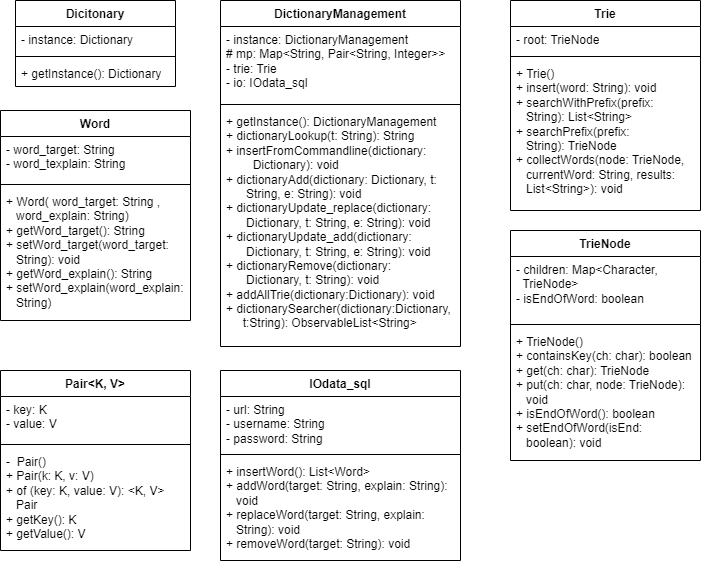
Before: Dictionary_Project/DictionaryUML.drawio.png, a diagram exported from draw.io (changchan255/OOP_Dictionary). Source tidied: cells renumbered, new cells last; positions are measured from the earlier drawing's top-left corner, leaving out a move shared by most shapes.
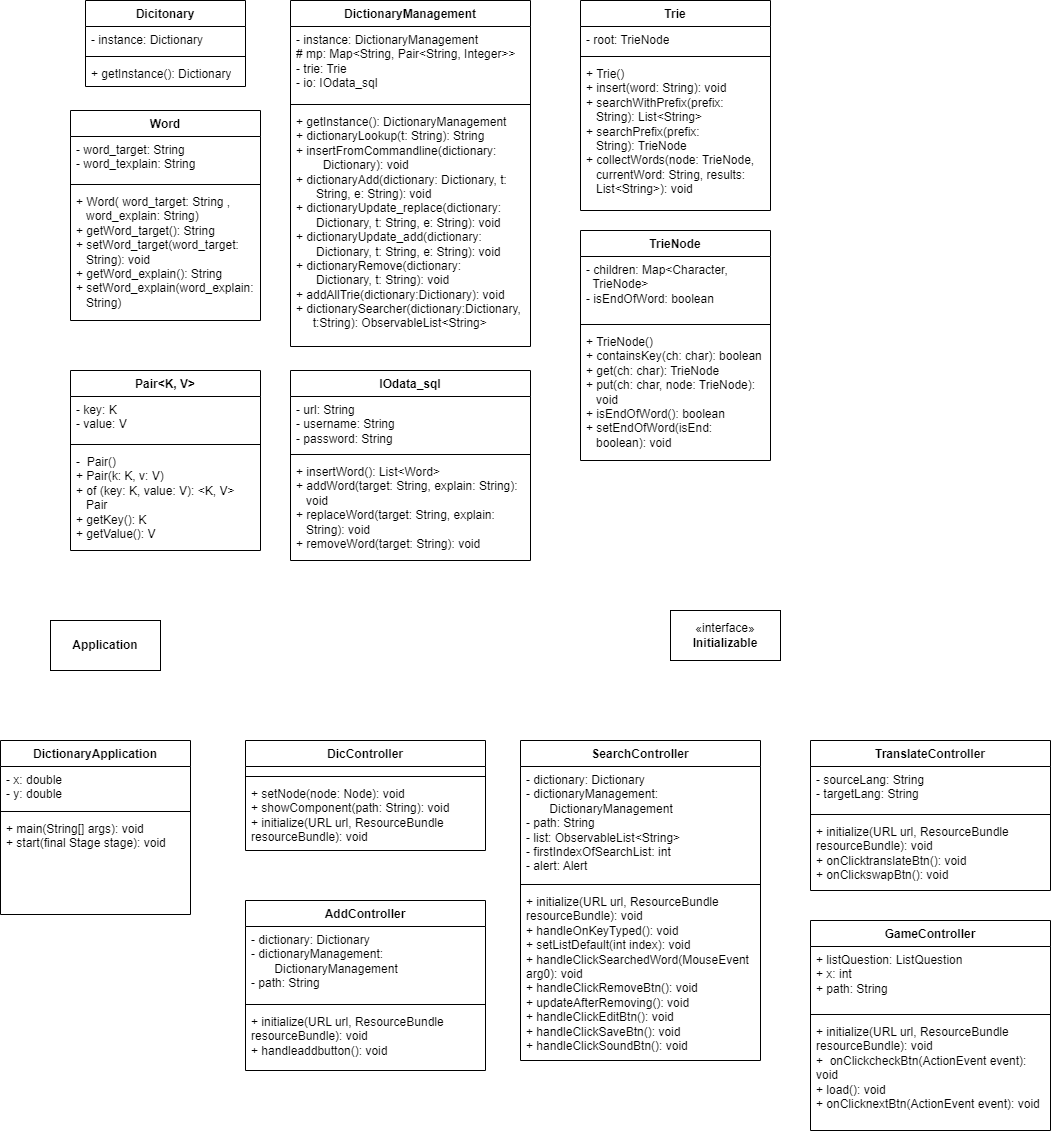
Later version of the same file.

Commit message:
Cập nhật DictionaryUML.drawio.png

Diff of the diagram source:
```diff
@@ -86,5 +86,83 @@
     <mxCell id="29" value="+&amp;nbsp;insertWord():&amp;nbsp;List&amp;lt;Word&amp;gt;&lt;br&gt;+&amp;nbsp;addWord(target: String, explain: String):&amp;nbsp; &amp;nbsp; &amp;nbsp;void&lt;br&gt;+&amp;nbsp;replaceWord(target: String, explain:&amp;nbsp; &amp;nbsp; &amp;nbsp; &amp;nbsp; &amp;nbsp; &amp;nbsp; &amp;nbsp;String): void&lt;br&gt;+&amp;nbsp;removeWord(target: String): void" style="text;strokeColor=none;fillColor=none;align=left;verticalAlign=top;spacingLeft=4;spacingRight=4;overflow=hidden;whiteSpace=wrap;html=1;" parent="26" vertex="1">
       <mxGeometry y="88" width="240" height="102" as="geometry" />
     </mxCell>
+    <mxCell id="30" value="DictionaryApplication" style="swimlane;fontStyle=1;align=center;verticalAlign=top;horizontal=1;startSize=26;whiteSpace=wrap;html=1;" parent="1" vertex="1">
+      <mxGeometry x="-70" y="740" width="190" height="174" as="geometry" />
+    </mxCell>
+    <mxCell id="31" value="- x: double&lt;br&gt;- y: double" style="text;strokeColor=none;fillColor=none;align=left;verticalAlign=top;spacingLeft=4;spacingRight=4;overflow=hidden;whiteSpace=wrap;html=1;" parent="30" vertex="1">
+      <mxGeometry y="26" width="190" height="41" as="geometry" />
+    </mxCell>
+    <mxCell id="32" style="line;strokeWidth=1;fillColor=none;align=left;verticalAlign=middle;spacingTop=-1;spacingLeft=3;spacingRight=3;labelPosition=right;strokeColor=inherit;" parent="30" vertex="1">
+      <mxGeometry y="67" width="190" height="8" as="geometry" />
+    </mxCell>
+    <mxCell id="33" value="+&amp;nbsp;main(String[] args): void&lt;br&gt;+&amp;nbsp;start(final Stage stage): void" style="text;strokeColor=none;fillColor=none;align=left;verticalAlign=top;spacingLeft=4;spacingRight=4;overflow=hidden;whiteSpace=wrap;html=1;" parent="30" vertex="1">
+      <mxGeometry y="75" width="190" height="99" as="geometry" />
+    </mxCell>
+    <mxCell id="34" value="DicController" style="swimlane;fontStyle=1;align=center;verticalAlign=top;horizontal=1;startSize=26;whiteSpace=wrap;html=1;" parent="1" vertex="1">
+      <mxGeometry x="175" y="740" width="240" height="110" as="geometry" />
+    </mxCell>
+    <mxCell id="35" value="+ field: type" style="text;strokeColor=none;fillColor=none;align=left;verticalAlign=top;spacingLeft=4;spacingRight=4;overflow=hidden;whiteSpace=wrap;html=1;" parent="34" vertex="1">
+      <mxGeometry y="26" width="240" height="6" as="geometry" />
+    </mxCell>
+    <mxCell id="36" style="line;strokeWidth=1;fillColor=none;align=left;verticalAlign=middle;spacingTop=-1;spacingLeft=3;spacingRight=3;labelPosition=right;strokeColor=inherit;" parent="34" vertex="1">
+      <mxGeometry y="32" width="240" height="8" as="geometry" />
+    </mxCell>
+    <mxCell id="37" value="+ setNode(node: Node): void&lt;br&gt;+&amp;nbsp;showComponent(path: String): void&lt;br&gt;+&amp;nbsp;initialize(URL url, ResourceBundle resourceBundle): void&amp;nbsp;" style="text;strokeColor=none;fillColor=none;align=left;verticalAlign=top;spacingLeft=4;spacingRight=4;overflow=hidden;whiteSpace=wrap;html=1;" parent="34" vertex="1">
+      <mxGeometry y="40" width="240" height="70" as="geometry" />
+    </mxCell>
+    <mxCell id="38" value="«interface»&lt;br&gt;&lt;b&gt;Initializable&lt;/b&gt;" style="html=1;whiteSpace=wrap;" parent="1" vertex="1">
+      <mxGeometry x="600" y="610" width="110" height="50" as="geometry" />
+    </mxCell>
+    <mxCell id="39" value="&lt;b&gt;Application&lt;/b&gt;" style="html=1;whiteSpace=wrap;" parent="1" vertex="1">
+      <mxGeometry x="-20" y="620" width="110" height="50" as="geometry" />
+    </mxCell>
+    <mxCell id="40" value="AddController" style="swimlane;fontStyle=1;align=center;verticalAlign=top;horizontal=1;startSize=26;whiteSpace=wrap;html=1;" parent="1" vertex="1">
+      <mxGeometry x="175" y="900" width="240" height="170" as="geometry" />
+    </mxCell>
+    <mxCell id="41" value="-&amp;nbsp;dictionary: Dictionary&lt;br&gt;-&amp;nbsp;dictionaryManagement:&amp;nbsp; &amp;nbsp; &amp;nbsp; &amp;nbsp; &amp;nbsp; &amp;nbsp; &amp;nbsp; &amp;nbsp; &amp;nbsp; &amp;nbsp; &amp;nbsp; &amp;nbsp; &amp;nbsp; &amp;nbsp; &amp;nbsp; &amp;nbsp; &amp;nbsp; &amp;nbsp; &amp;nbsp;DictionaryManagement&lt;br&gt;- path: String" style="text;strokeColor=none;fillColor=none;align=left;verticalAlign=top;spacingLeft=4;spacingRight=4;overflow=hidden;whiteSpace=wrap;html=1;" parent="40" vertex="1">
+      <mxGeometry y="26" width="240" height="74" as="geometry" />
+    </mxCell>
+    <mxCell id="42" style="line;strokeWidth=1;fillColor=none;align=left;verticalAlign=middle;spacingTop=-1;spacingLeft=3;spacingRight=3;labelPosition=right;strokeColor=inherit;" parent="40" vertex="1">
+      <mxGeometry y="100" width="240" height="8" as="geometry" />
+    </mxCell>
+    <mxCell id="43" value="+&amp;nbsp;initialize(URL url, ResourceBundle resourceBundle): void&lt;br&gt;+&amp;nbsp;handleaddbutton(): void" style="text;strokeColor=none;fillColor=none;align=left;verticalAlign=top;spacingLeft=4;spacingRight=4;overflow=hidden;whiteSpace=wrap;html=1;" parent="40" vertex="1">
+      <mxGeometry y="108" width="240" height="62" as="geometry" />
+    </mxCell>
+    <mxCell id="44" value="SearchController" style="swimlane;fontStyle=1;align=center;verticalAlign=top;horizontal=1;startSize=26;whiteSpace=wrap;html=1;" parent="1" vertex="1">
+      <mxGeometry x="450" y="740" width="240" height="320" as="geometry" />
+    </mxCell>
+    <mxCell id="45" value="-&amp;nbsp;dictionary: Dictionary&lt;br style=&quot;border-color: var(--border-color);&quot;&gt;-&amp;nbsp;dictionaryManagement:&amp;nbsp; &amp;nbsp; &amp;nbsp; &amp;nbsp; &amp;nbsp; &amp;nbsp; &amp;nbsp; &amp;nbsp; &amp;nbsp; &amp;nbsp; &amp;nbsp; &amp;nbsp; &amp;nbsp; &amp;nbsp; &amp;nbsp; &amp;nbsp; &amp;nbsp; &amp;nbsp; &amp;nbsp;DictionaryManagement&lt;br style=&quot;border-color: var(--border-color);&quot;&gt;- path: String&lt;br&gt;- list:&amp;nbsp;ObservableList&amp;lt;String&amp;gt;&lt;br&gt;-&amp;nbsp;firstIndexOfSearchList: int&lt;br&gt;- alert: Alert" style="text;strokeColor=none;fillColor=none;align=left;verticalAlign=top;spacingLeft=4;spacingRight=4;overflow=hidden;whiteSpace=wrap;html=1;" parent="44" vertex="1">
+      <mxGeometry y="26" width="240" height="114" as="geometry" />
+    </mxCell>
+    <mxCell id="46" style="line;strokeWidth=1;fillColor=none;align=left;verticalAlign=middle;spacingTop=-1;spacingLeft=3;spacingRight=3;labelPosition=right;strokeColor=inherit;" parent="44" vertex="1">
+      <mxGeometry y="140" width="240" height="8" as="geometry" />
+    </mxCell>
+    <mxCell id="47" value="+ initialize(URL url, ResourceBundle resourceBundle): void&lt;br&gt;+&amp;nbsp;handleOnKeyTyped(): void&lt;br&gt;+&amp;nbsp;setListDefault(int index): void&lt;br&gt;+&amp;nbsp;handleClickSearchedWord(MouseEvent arg0): void&lt;br&gt;+&amp;nbsp;handleClickRemoveBtn(): void&lt;br&gt;+&amp;nbsp;updateAfterRemoving(): void&lt;br&gt;+&amp;nbsp;handleClickEditBtn(): void&lt;br&gt;+&amp;nbsp;handleClickSaveBtn(): void&lt;br&gt;+&amp;nbsp;handleClickSoundBtn(): void" style="text;strokeColor=none;fillColor=none;align=left;verticalAlign=top;spacingLeft=4;spacingRight=4;overflow=hidden;whiteSpace=wrap;html=1;" parent="44" vertex="1">
+      <mxGeometry y="148" width="240" height="172" as="geometry" />
+    </mxCell>
+    <mxCell id="48" value="TranslateController" style="swimlane;fontStyle=1;align=center;verticalAlign=top;horizontal=1;startSize=26;whiteSpace=wrap;html=1;" parent="1" vertex="1">
+      <mxGeometry x="740" y="740" width="240" height="150" as="geometry" />
+    </mxCell>
+    <mxCell id="49" value="- sourceLang: String&lt;br&gt;- targetLang: String" style="text;strokeColor=none;fillColor=none;align=left;verticalAlign=top;spacingLeft=4;spacingRight=4;overflow=hidden;whiteSpace=wrap;html=1;" parent="48" vertex="1">
+      <mxGeometry y="26" width="240" height="44" as="geometry" />
+    </mxCell>
+    <mxCell id="50" style="line;strokeWidth=1;fillColor=none;align=left;verticalAlign=middle;spacingTop=-1;spacingLeft=3;spacingRight=3;labelPosition=right;strokeColor=inherit;" parent="48" vertex="1">
+      <mxGeometry y="70" width="240" height="8" as="geometry" />
+    </mxCell>
+    <mxCell id="51" value="+&amp;nbsp;initialize(URL url, ResourceBundle resourceBundle): void&lt;br&gt;+&amp;nbsp;onClicktranslateBtn(): void&lt;br&gt;+&amp;nbsp;onClickswapBtn(): void" style="text;strokeColor=none;fillColor=none;align=left;verticalAlign=top;spacingLeft=4;spacingRight=4;overflow=hidden;whiteSpace=wrap;html=1;" parent="48" vertex="1">
+      <mxGeometry y="78" width="240" height="72" as="geometry" />
+    </mxCell>
+    <mxCell id="52" value="GameController" style="swimlane;fontStyle=1;align=center;verticalAlign=top;horizontal=1;startSize=26;whiteSpace=wrap;html=1;" parent="1" vertex="1">
+      <mxGeometry x="740" y="920" width="240" height="210" as="geometry" />
+    </mxCell>
+    <mxCell id="53" value="+ listQuestion: ListQuestion&lt;br&gt;+ x: int&lt;br&gt;+ path: String" style="text;strokeColor=none;fillColor=none;align=left;verticalAlign=top;spacingLeft=4;spacingRight=4;overflow=hidden;whiteSpace=wrap;html=1;" parent="52" vertex="1">
+      <mxGeometry y="26" width="240" height="64" as="geometry" />
+    </mxCell>
+    <mxCell id="54" style="line;strokeWidth=1;fillColor=none;align=left;verticalAlign=middle;spacingTop=-1;spacingLeft=3;spacingRight=3;labelPosition=right;strokeColor=inherit;" parent="52" vertex="1">
+      <mxGeometry y="90" width="240" height="8" as="geometry" />
+    </mxCell>
+    <mxCell id="55" value="+&amp;nbsp;initialize(URL url, ResourceBundle resourceBundle): void&lt;br&gt;+&amp;nbsp;&amp;nbsp;onClickcheckBtn(ActionEvent event): void&lt;br&gt;+ load(): void&lt;br&gt;+&amp;nbsp;onClicknextBtn(ActionEvent event): void" style="text;strokeColor=none;fillColor=none;align=left;verticalAlign=top;spacingLeft=4;spacingRight=4;overflow=hidden;whiteSpace=wrap;html=1;" parent="52" vertex="1">
+      <mxGeometry y="98" width="240" height="112" as="geometry" />
+    </mxCell>
   </root>
 </mxGraphModel>
```
